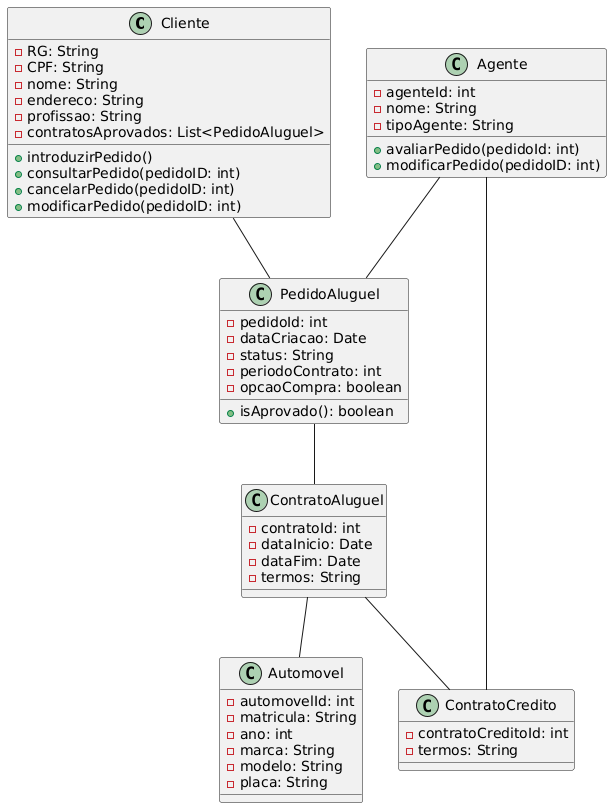
Before: Projeto/DiagramaDeClasse.png, a diagram exported from PlantUML (pauladefreitas/Lab02). Its diagram source:
```plantuml
@startuml
class Cliente {
    - RG: String
    - CPF: String
    - nome: String
    - endereco: String
    - profissao: String
    - contratosAprovados: List<PedidoAluguel>
    + introduzirPedido()
    + consultarPedido(pedidoID: int)
    + cancelarPedido(pedidoID: int)
    + modificarPedido(pedidoID: int)
}

class Agente {
    - agenteId: int
    - nome: String
    - tipoAgente: String
    + avaliarPedido(pedidoId: int)
    + modificarPedido(pedidoID: int)
}

class PedidoAluguel {
    - pedidoId: int
    - dataCriacao: Date
    - status: String
    - periodoContrato: int
    - opcaoCompra: boolean
    + isAprovado(): boolean
}

class Automovel {
    - automovelId: int
    - matricula: String
    - ano: int
    - marca: String
    - modelo: String
    - placa: String
}

class ContratoAluguel {
    - contratoId: int
    - dataInicio: Date
    - dataFim: Date
    - termos: String
}

class ContratoCredito {
    - contratoCreditoId: int
    - termos: String
}

Cliente -- PedidoAluguel
Agente -- PedidoAluguel
ContratoAluguel -- Automovel
PedidoAluguel -- ContratoAluguel
ContratoAluguel -- ContratoCredito
Agente -- ContratoCredito
@enduml
```
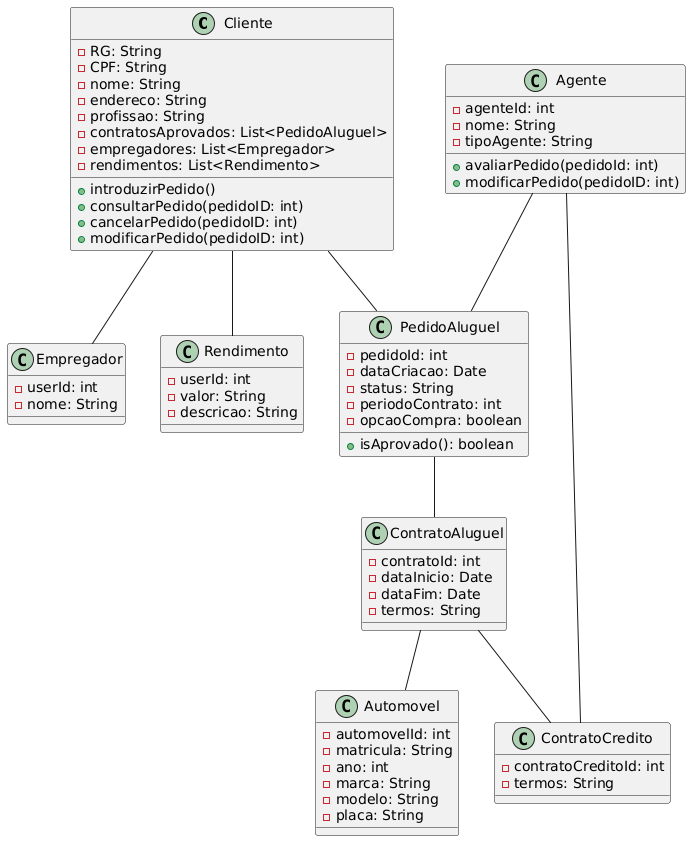
The same file after the commit.

Diff of the diagram source:
```diff
@@ -6,6 +6,8 @@
     - endereco: String
     - profissao: String
     - contratosAprovados: List<PedidoAluguel>
+    - empregadores: List<Empregador>
+    - rendimentos: List<Rendimento>
     + introduzirPedido()
     + consultarPedido(pedidoID: int)
     + cancelarPedido(pedidoID: int)
@@ -18,6 +20,17 @@
     - tipoAgente: String
     + avaliarPedido(pedidoId: int)
     + modificarPedido(pedidoID: int)
+}
+
+class Empregador {
+    - userId: int
+    - nome: String
+}
+
+class Rendimento {
+    - userId: int
+    - valor: String
+    - descricao: String
 }
 
 class PedidoAluguel {
@@ -51,6 +64,8 @@
 }
 
 Cliente -- PedidoAluguel
+Cliente -- Empregador
+Cliente -- Rendimento
 Agente -- PedidoAluguel
 ContratoAluguel -- Automovel
 PedidoAluguel -- ContratoAluguel
```
